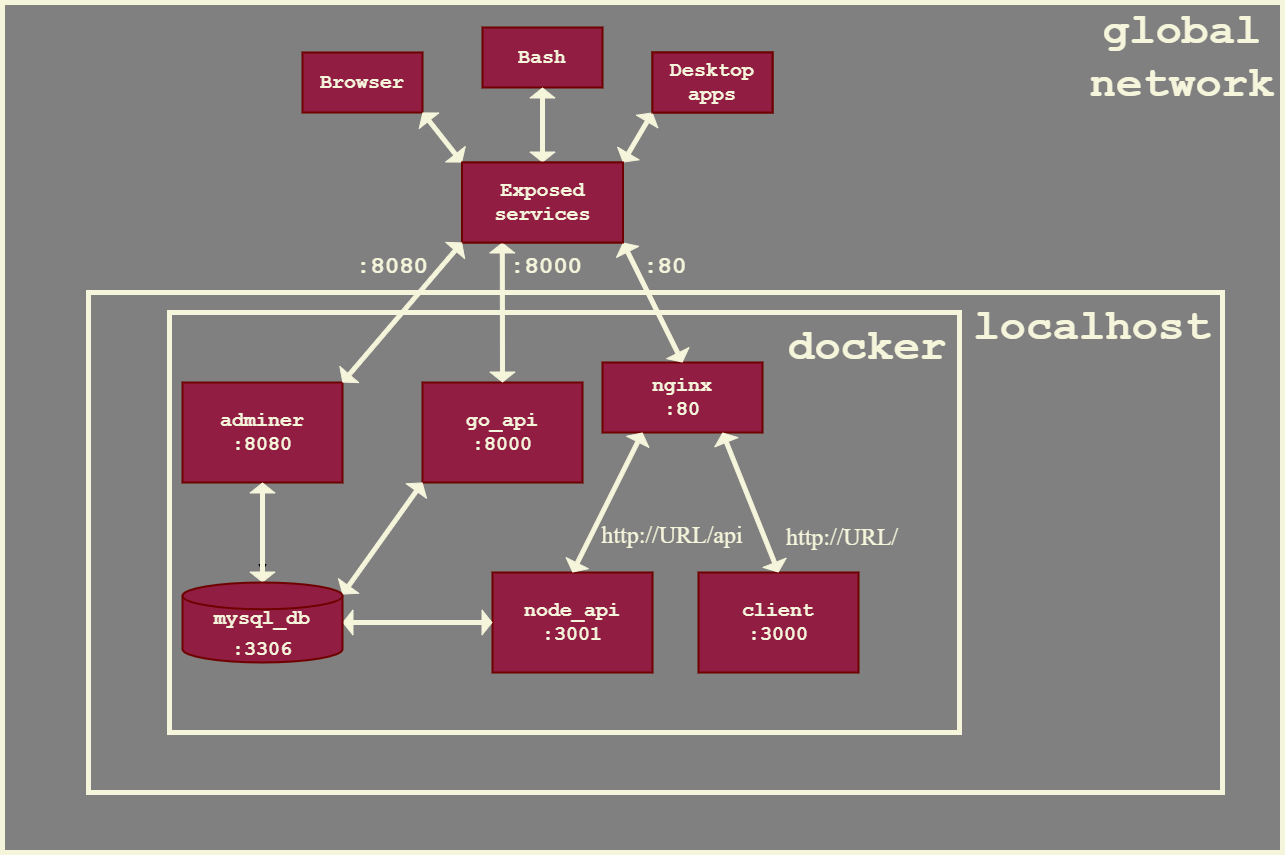
Earlier version of the draw.io export diagrams/docker-services.png (RomaZherko21/NoName). Source tidied: cells renumbered, new cells last; positions are measured from the earlier drawing's top-left corner, leaving out a move shared by most shapes.
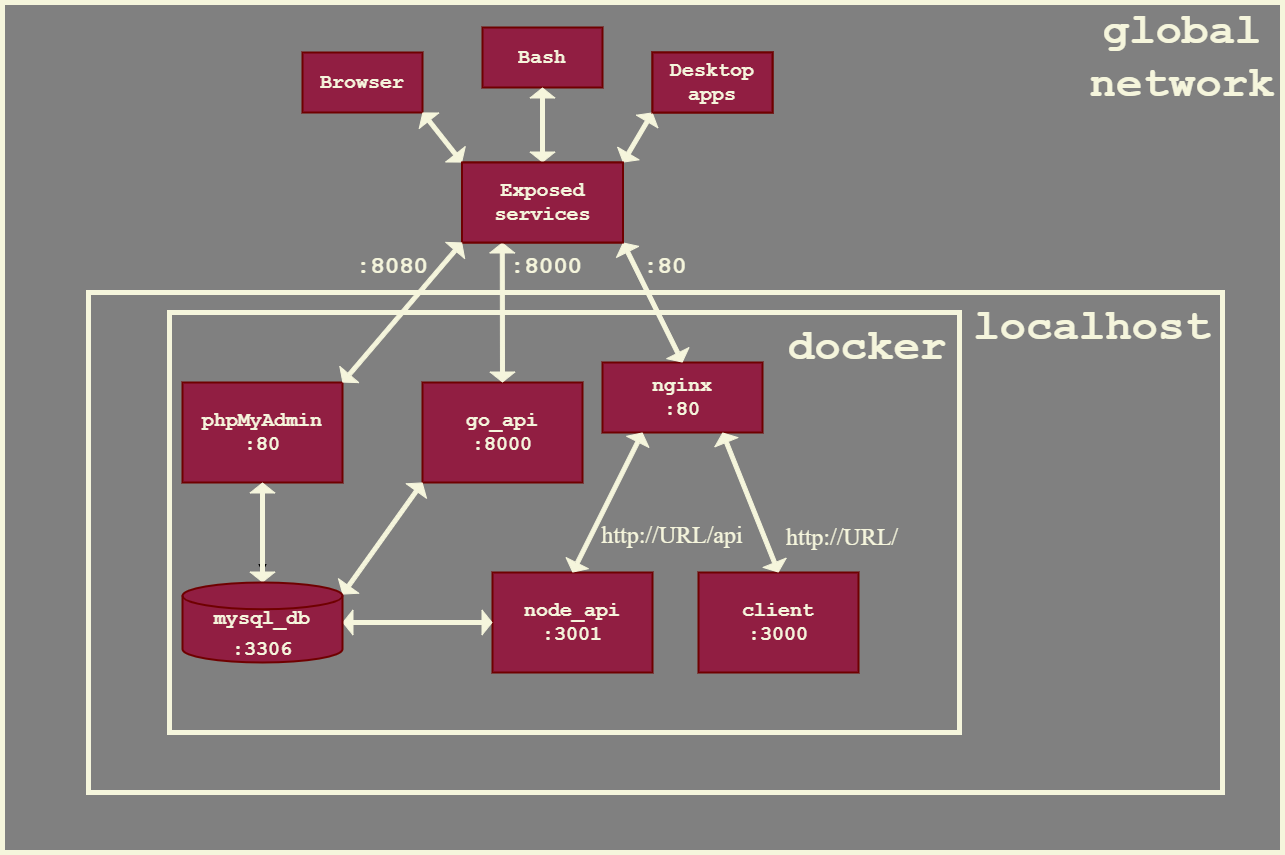
Later version of the same file.

What changed in the source:
```diff
@@ -52,7 +52,7 @@
         <mxPoint x="100" y="260" as="targetPoint" />
       </mxGeometry>
     </mxCell>
-    <mxCell id="18" value="adminer&lt;br&gt;:8080" style="rounded=0;whiteSpace=wrap;html=1;fontSize=20;fillColor=#911E42;strokeColor=#6F0000;align=center;fontFamily=Courier New;fontColor=#F5F5DC;fontStyle=1;verticalAlign=middle;strokeWidth=2;" parent="3" vertex="1">
+    <mxCell id="18" value="phpMyAdmin&lt;br&gt;:80" style="rounded=0;whiteSpace=wrap;html=1;fontSize=20;fillColor=#911E42;strokeColor=#6F0000;align=center;fontFamily=Courier New;fontColor=#F5F5DC;fontStyle=1;verticalAlign=middle;strokeWidth=2;" parent="3" vertex="1">
       <mxGeometry x="20" y="70" width="160" height="100" as="geometry" />
     </mxCell>
     <mxCell id="19" style="shape=flexArrow;endArrow=classic;startArrow=classic;html=1;rounded=0;fontFamily=Times New Roman;fontSize=23;exitX=0.5;exitY=0;exitDx=0;exitDy=0;fillColor=#F5F5DC;strokeColor=#F5F5DC;entryX=0.5;entryY=1;entryDx=0;entryDy=0;exitPerimeter=0;shadow=0;sketch=0;gradientColor=none;width=4;endSize=3;startSize=3;" parent="3" edge="1" source="20" target="18">
```
